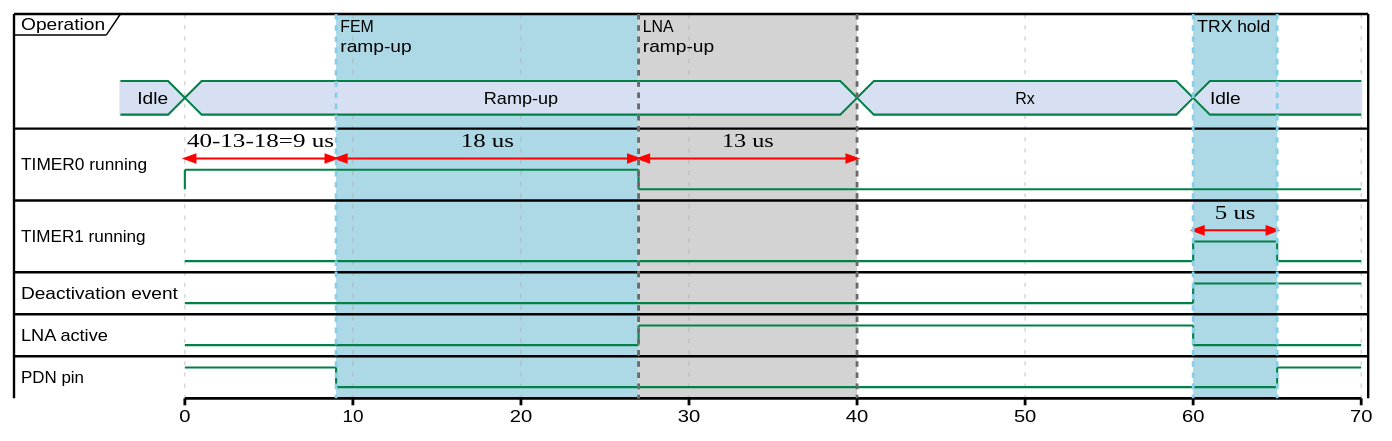
Above: mpsl/doc/pic/FEM_timing_nRF21540.svg in nrfconnect/sdk-nrfxlib (PlantUML), before the change. The source it was exported from:
```plantuml
@startuml
concise "Operation" as op
binary "TIMER0 running" as tm0
binary "TIMER1 running" as tm1
binary "Deactivation event" as ev
binary "LNA active" as lna
binary "PDN pin" as pdn

scale 10 as 120 pixels

tm0 is low
tm1 is low
lna is low
op is "Idle"
ev is low
pdn is high

@0
op is "Ramp-up"
tm0 is high

@9
pdn is low

@27
tm0 is low
lna is high

tm0@0 <-> @9: 40-13-18=9 us
tm0@9 <-> @27: 18 us
tm0@27 <-> @40: 13 us
highlight 9  to 27 #LightBlue;line:SkyBlue : FEM\nramp-up
highlight 27 to 40 #LightGrey;line:DimGrey : LNA\nramp-up

@40
op is Rx

@60
op is "Idle"
lna is low
ev is high
tm1 is high

@65
pdn is high
tm1 is low
tm1@60 <-> @65: 5 us
highlight 60  to 65 #LightBlue;line:SkyBlue : TRX hold
@enduml
```
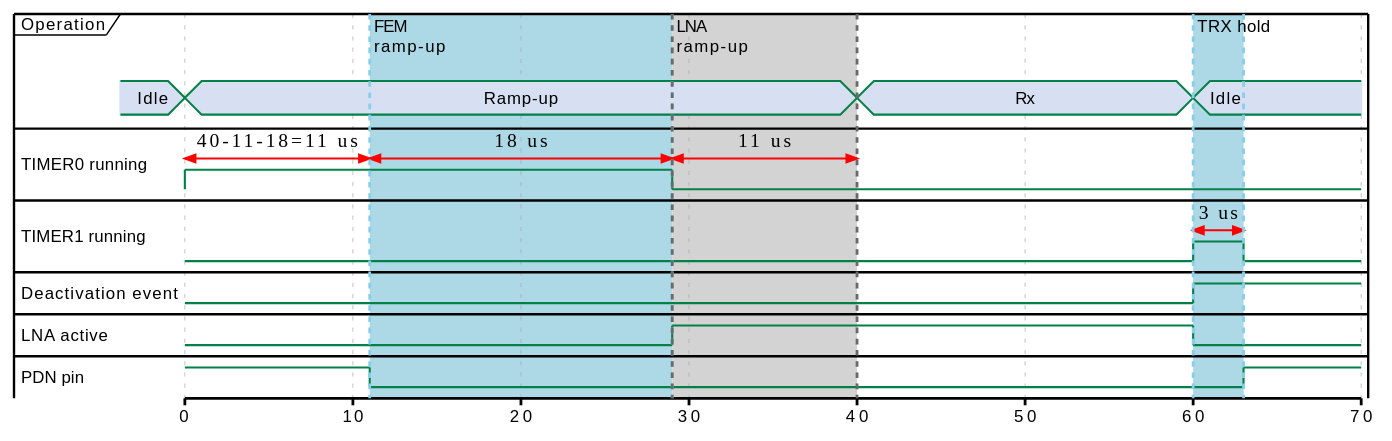
Later version of the same file.

Change to the diagram source:
```diff
@@ -19,18 +19,18 @@
 op is "Ramp-up"
 tm0 is high
 
-@9
+@11
 pdn is low
 
-@27
+@29
 tm0 is low
 lna is high
 
-tm0@0 <-> @9: 40-13-18=9 us
-tm0@9 <-> @27: 18 us
-tm0@27 <-> @40: 13 us
-highlight 9  to 27 #LightBlue;line:SkyBlue : FEM\nramp-up
-highlight 27 to 40 #LightGrey;line:DimGrey : LNA\nramp-up
+tm0@0 <-> @11: 40-11-18=11 us
+tm0@11 <-> @29: 18 us
+tm0@29 <-> @40: 11 us
+highlight 11  to 29 #LightBlue;line:SkyBlue : FEM\nramp-up
+highlight 29 to 40 #LightGrey;line:DimGrey : LNA\nramp-up
 
 @40
 op is Rx
@@ -41,9 +41,9 @@
 ev is high
 tm1 is high
 
-@65
+@63
 pdn is high
 tm1 is low
-tm1@60 <-> @65: 5 us
-highlight 60  to 65 #LightBlue;line:SkyBlue : TRX hold
+tm1@60 <-> @63: 3 us
+highlight 60  to 63 #LightBlue;line:SkyBlue : TRX hold
 @enduml
```
